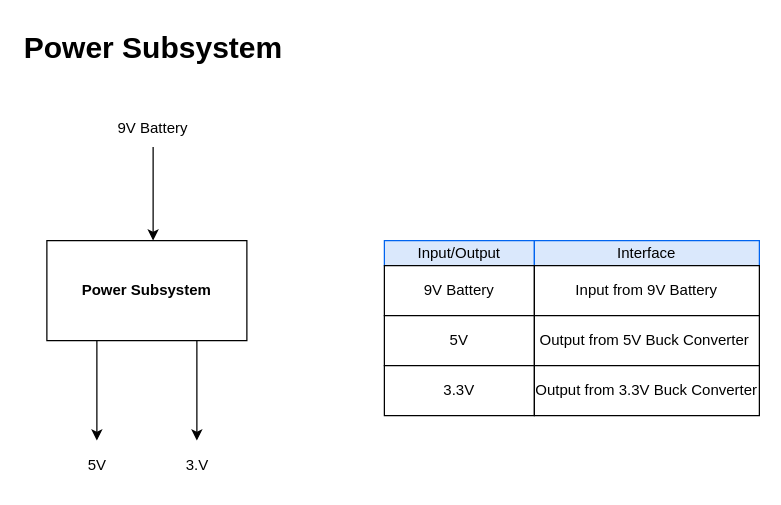
This is PowerSubsystem.drawio from Verkandos/buzzcar, a draw.io file, before an edit. Source tidied: cells renumbered, new cells numbered last; positions are measured from the earlier drawing's top-left corner, leaving out a move shared by most shapes. Both pictures are drawn from the tidied source at 125%, with x=0, y=0 at pixel (21, 21).
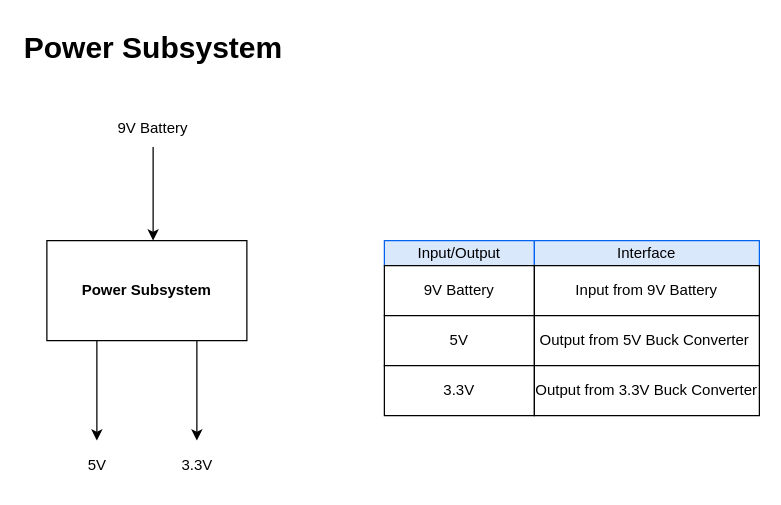
The same diagram, later.

What changed in the source:
```diff
@@
 <mxGraphModel>
   <root>
     <mxCell id="0" />
     <mxCell id="1" parent="0" />
     <mxCell id="2" value="&lt;b&gt;Power Subsystem&lt;/b&gt;" style="rounded=0;whiteSpace=wrap;html=1;" parent="1" vertex="1">
       <mxGeometry x="20" y="175" width="160" height="80" as="geometry" />
     </mxCell>
     <mxCell id="3" value="&lt;h1 style=&quot;margin-top: 0px;&quot;&gt;Power Subsystem&lt;/h1&gt;" style="text;html=1;whiteSpace=wrap;overflow=hidden;rounded=0;" parent="1" vertex="1">
       <mxGeometry width="230" height="40" as="geometry" />
     </mxCell>
     <mxCell id="4" style="endArrow=classic;html=1;rounded=0;exitX=0.25;exitY=1;exitDx=0;exitDy=0;" parent="1" edge="1" source="2">
       <mxGeometry relative="1" as="geometry">
         <mxPoint x="60" y="335" as="targetPoint" />
       </mxGeometry>
     </mxCell>
     <mxCell id="5" style="endArrow=classic;html=1;rounded=0;exitX=0.75;exitY=1;exitDx=0;exitDy=0;" parent="1" edge="1" source="2">
       <mxGeometry relative="1" as="geometry">
         <mxPoint x="140" y="335" as="targetPoint" />
       </mxGeometry>
     </mxCell>
     <mxCell id="6" value="5V" style="text;html=1;align=center;verticalAlign=middle;strokeColor=none;fillColor=none;" parent="1" vertex="1">
       <mxGeometry x="40" y="340" width="40" height="30" as="geometry" />
     </mxCell>
-    <mxCell id="7" value="3.V" style="text;html=1;align=center;verticalAlign=middle;strokeColor=none;fillColor=none;" parent="1" vertex="1">
-      <mxGeometry x="120" y="340" width="40" height="30" as="geometry" />
+    <mxCell id="7" value="3.3V" style="text;html=1;align=center;verticalAlign=middle;strokeColor=none;fillColor=none;" parent="1" vertex="1">
+      <mxGeometry x="115" y="340" width="50" height="30" as="geometry" />
     </mxCell>
     <mxCell id="8" style="edgeStyle=orthogonalEdgeStyle;rounded=0;jettySize=auto;html=1;exitX=0.5;exitY=1;exitDx=0;exitDy=0;entryX=0.25;entryY=0;entryDx=0;entryDy=0;" parent="1" edge="1" source="9">
       <mxGeometry relative="1" as="geometry">
         <mxPoint x="105" y="175" as="targetPoint" />
       </mxGeometry>
     </mxCell>
     <mxCell id="9" value="9V Battery" style="text;html=1;align=center;verticalAlign=middle;whiteSpace=wrap;rounded=0;" parent="1" vertex="1">
       <mxGeometry x="75" y="70" width="60" height="30" as="geometry" />
     </mxCell>
     <mxCell id="10" value="Input/Output" style="rounded=0;whiteSpace=wrap;html=1;align=center;fillColor=#dae8fc;strokeColor=light-dark(#0064f0, #5c79a3);" parent="1" vertex="1">
       <mxGeometry x="290" y="175" width="120" height="20" as="geometry" />
     </mxCell>
     <mxCell id="11" value="Interface" style="rounded=0;whiteSpace=wrap;html=1;align=center;fillColor=#dae8fc;strokeColor=light-dark(#0064F0,#5C79A3);" parent="1" vertex="1">
       <mxGeometry x="410" y="175" width="180" height="20" as="geometry" />
     </mxCell>
     <mxCell id="12" value="9V Battery" style="rounded=0;whiteSpace=wrap;html=1;" parent="1" vertex="1">
       <mxGeometry x="290" y="195" width="120" height="40" as="geometry" />
     </mxCell>
     <mxCell id="13" value="Input from 9V Battery" style="rounded=0;whiteSpace=wrap;html=1;" parent="1" vertex="1">
       <mxGeometry x="410" y="195" width="180" height="40" as="geometry" />
     </mxCell>
     <mxCell id="14" value="5V" style="rounded=0;whiteSpace=wrap;html=1;" parent="1" vertex="1">
       <mxGeometry x="290" y="235" width="120" height="40" as="geometry" />
     </mxCell>
     <mxCell id="15" value="Output from 5V Buck Converter&amp;nbsp;" style="rounded=0;whiteSpace=wrap;html=1;" parent="1" vertex="1">
       <mxGeometry x="410" y="235" width="180" height="40" as="geometry" />
     </mxCell>
     <mxCell id="16" value="3.3V" style="rounded=0;whiteSpace=wrap;html=1;" parent="1" vertex="1">
       <mxGeometry x="290" y="275" width="120" height="40" as="geometry" />
     </mxCell>
     <mxCell id="17" value="Output from 3.3V Buck Converter" style="rounded=0;whiteSpace=wrap;html=1;" parent="1" vertex="1">
       <mxGeometry x="410" y="275" width="180" height="40" as="geometry" />
     </mxCell>
   </root>
 </mxGraphModel>
```
